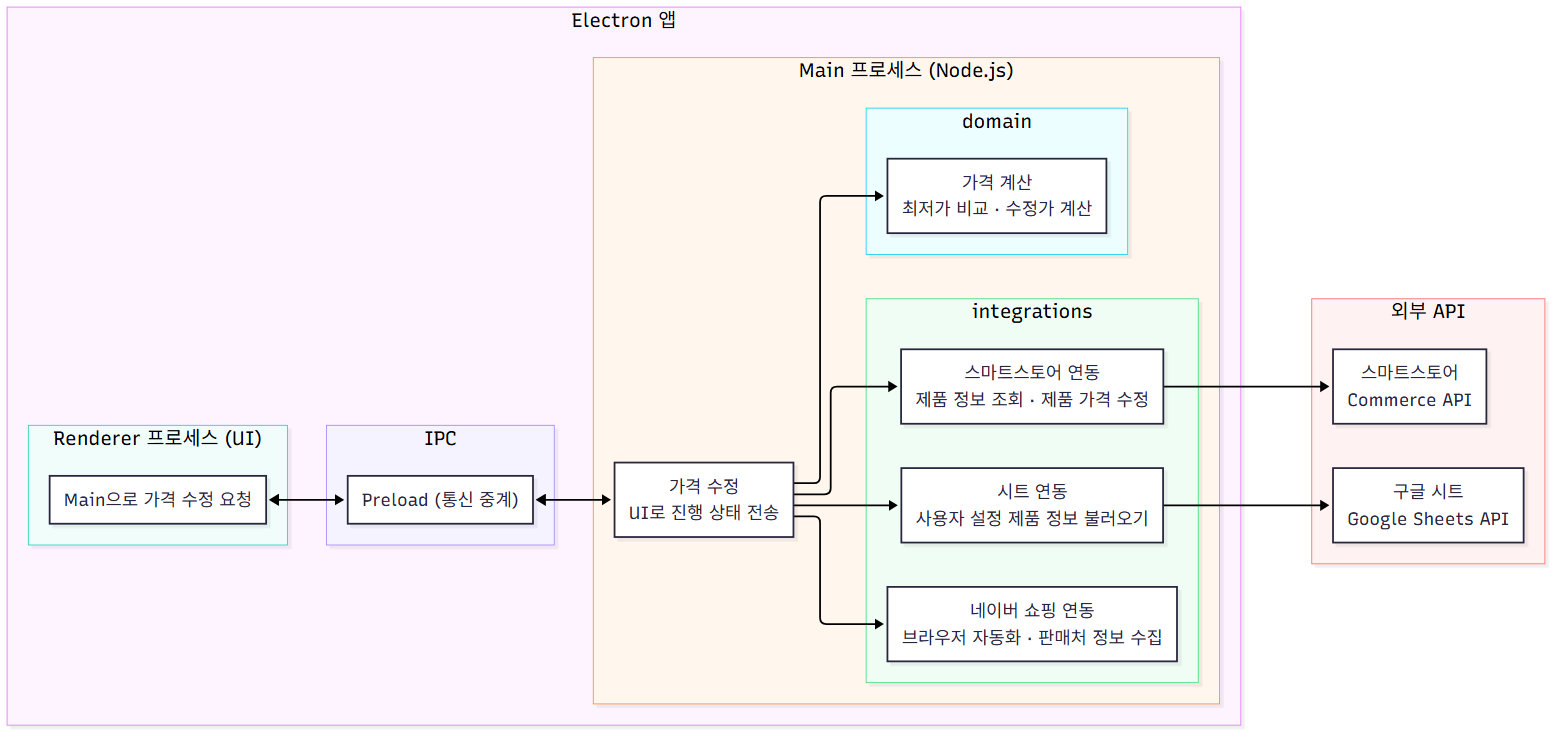
Before: assets/architecture.png, a diagram exported from Mermaid (J8rl-Chik/smartstore-price-bot). Its source is kept beside it as assets/architecture.mmd.
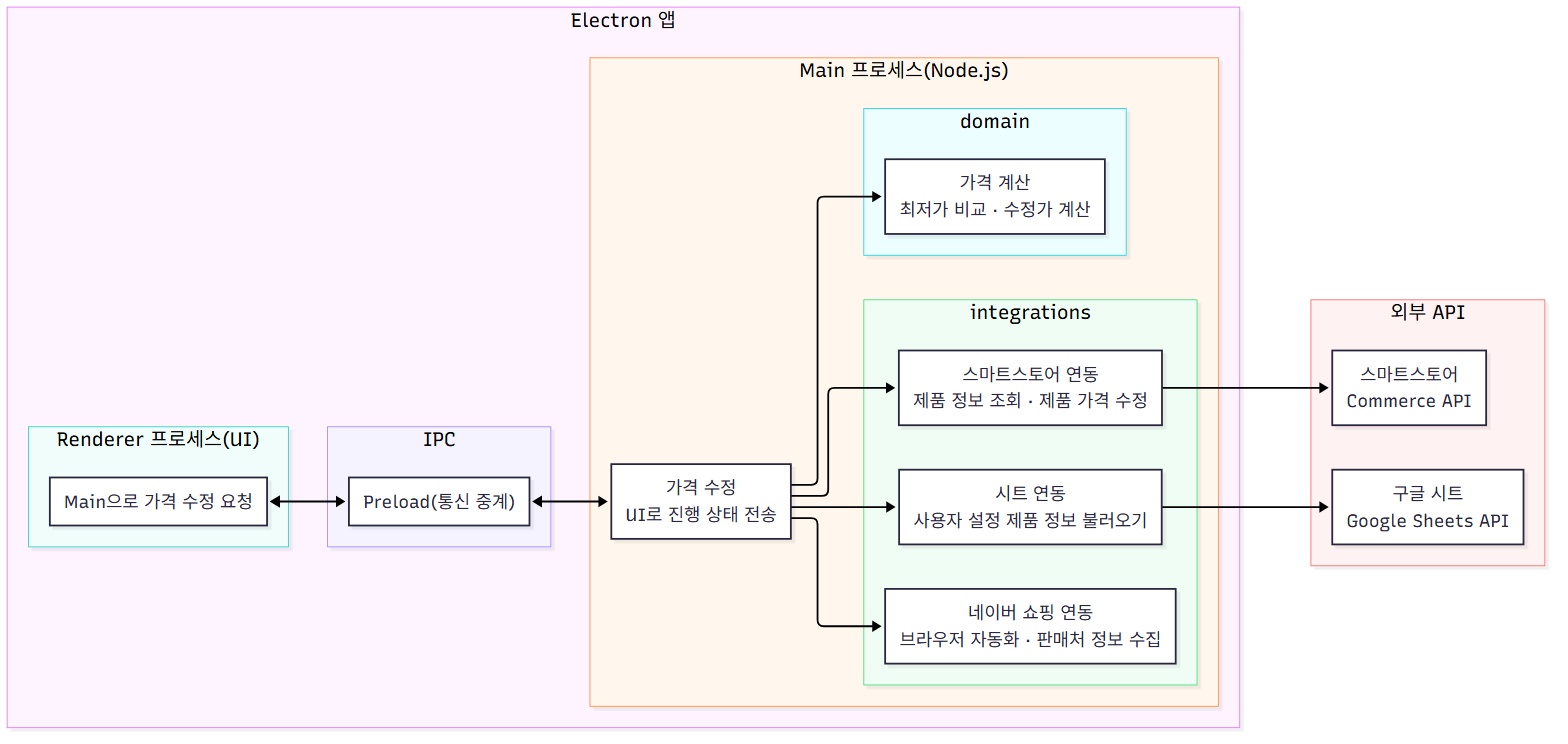
The same diagram one commit later.

Commit message:
docs: README, architecture 괄호 앞 띄어쓰기 제거

- 한글 맞춤법에 맞춰 소괄호를 앞말에 붙여 씀
- architecture.mmd 수정 후 이미지 다시 생성

Change to the diagram source:
```diff
@@ -2,11 +2,11 @@
 flowchart LR
   subgraph Electron["Electron 앱"]
     direction LR
-    subgraph Renderer["Renderer 프로세스 (UI)"]
+    subgraph Renderer["Renderer 프로세스(UI)"]
       React["Main으로 가격 수정 요청"]
     end
 
-    subgraph Main["Main 프로세스 (Node.js)"]
+    subgraph Main["Main 프로세스(Node.js)"]
       direction LR
       Core["가격 수정<br/>UI로 진행 상태 전송"]
       subgraph Domain["domain"]
@@ -25,7 +25,7 @@
     end
 
     subgraph IPC["IPC"]
-      Preload["Preload (통신 중계)"]
+      Preload["Preload(통신 중계)"]
     end
 
     React <--> Preload <--> Core
```
